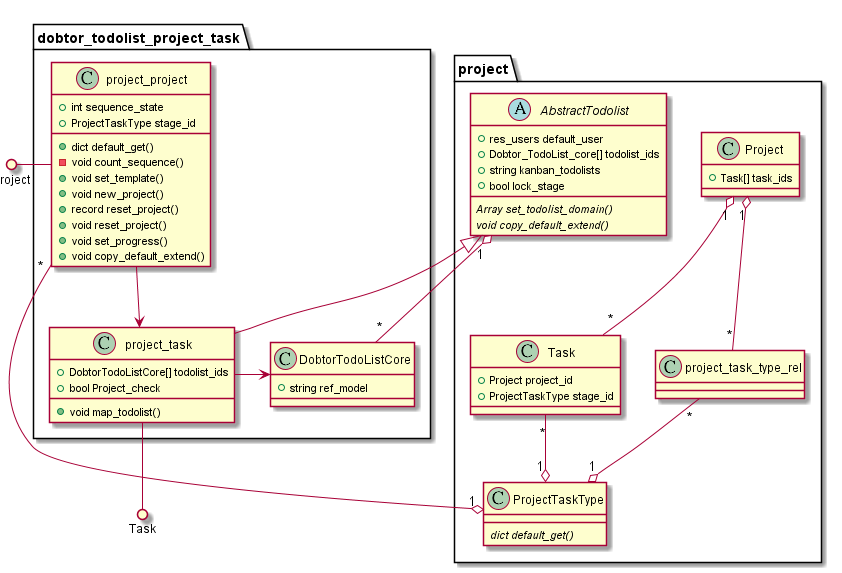
Above: dobtor_todolist_project_task/doc/uml.png in Dobtor/ProductivityTools (PlantUML), before the change.
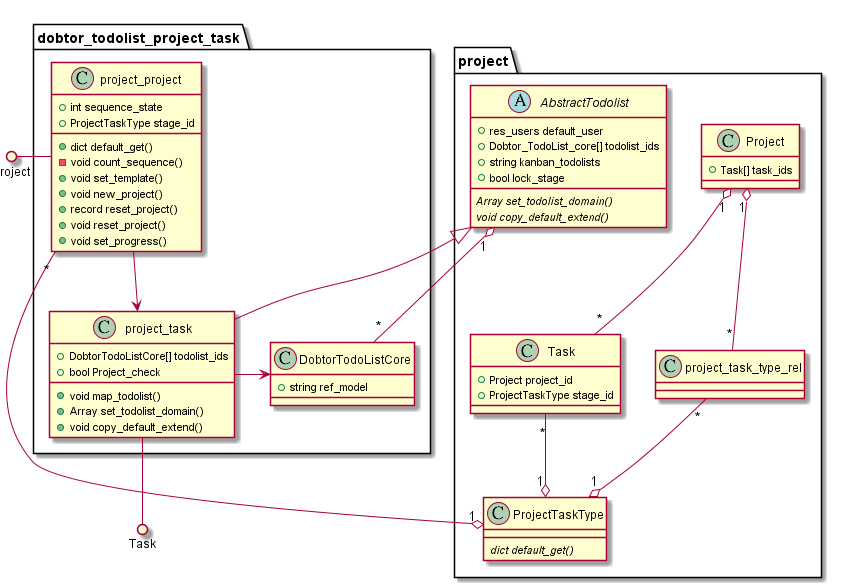
Later version of the same file.

Commit message:
[REF] todolist : make todolist tree view template to reuse

Diff of the diagram source:
```diff
@@ -45,7 +45,6 @@
         + record reset_project()
         + void reset_project()
         + void set_progress()
-        + void copy_default_extend()
     }
 
     Class DobtorTodoListCore {
@@ -56,6 +55,8 @@
         + DobtorTodoListCore[] todolist_ids
         + bool Project_check
         + void map_todolist()
+        + Array set_todolist_domain()
+        + void copy_default_extend()
     }
 }
 
```
